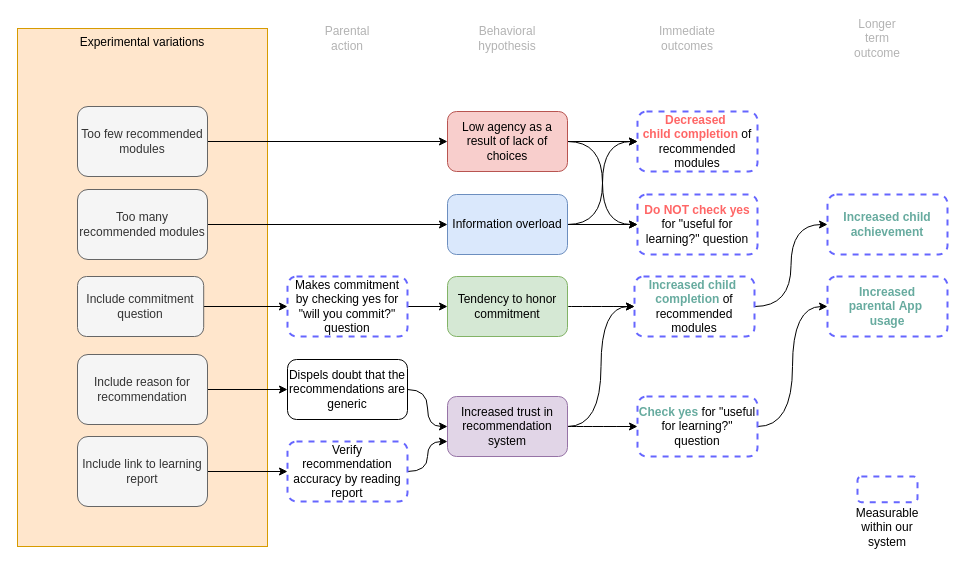
The draw.io diagram parent_nudge_mechanism_engagepage.drawio in henrishi/drawio, before the edit. Source tidied: cells renumbered, new cells numbered last; positions are measured from the earlier drawing's top-left corner, leaving out a move shared by most shapes. Both pictures are drawn from the tidied source at 100%, with x=0, y=0 at pixel (17, 28).
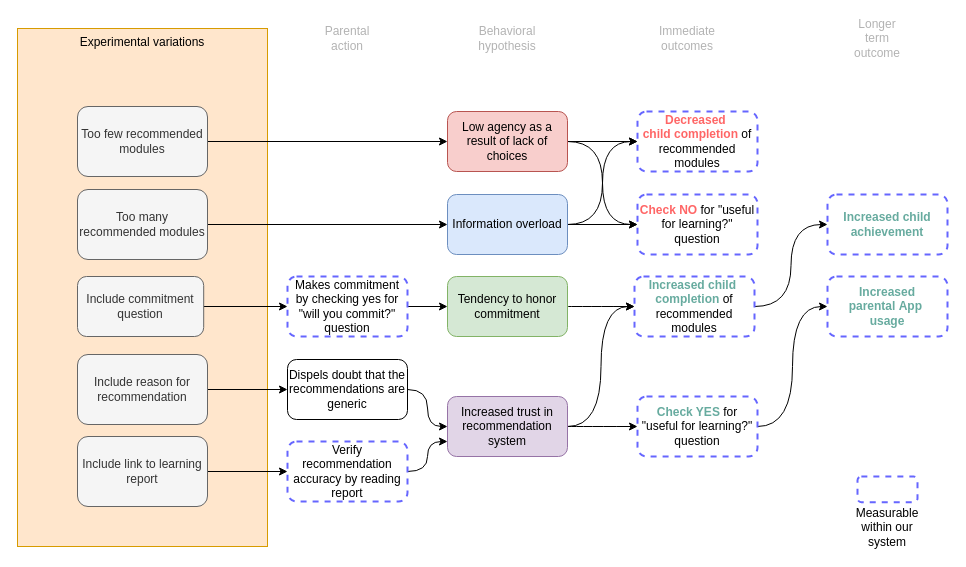
The same diagram, later.

The edit, as a diff of the source:
```diff
@@
-    <mxCell id="19" value="&lt;b&gt;&lt;font color=&quot;#67ab9f&quot;&gt;Check yes&lt;/font&gt; &lt;/b&gt;for &quot;useful for learning?&quot; question" style="rounded=1;whiteSpace=wrap;html=1;dashed=1;strokeWidth=2;strokeColor=#6666FF;" parent="1" vertex="1">
+    <mxCell id="19" value="&lt;b&gt;&lt;font color=&quot;#67ab9f&quot;&gt;Check YES&lt;/font&gt; &lt;/b&gt;for &quot;useful for learning?&quot; question" style="rounded=1;whiteSpace=wrap;html=1;dashed=1;strokeWidth=2;strokeColor=#6666FF;" parent="1" vertex="1">
       <mxGeometry x="620" y="368" width="120" height="60" as="geometry" />
     </mxCell>
@@
-    <mxCell id="28" value="&lt;b&gt;&lt;font color=&quot;#ff6666&quot;&gt;Do NOT check yes&lt;/font&gt;&lt;/b&gt; for &quot;useful for learning?&quot; question" style="rounded=1;whiteSpace=wrap;html=1;dashed=1;strokeWidth=2;strokeColor=#6666FF;" parent="1" vertex="1">
+    <mxCell id="28" value="&lt;b&gt;&lt;font color=&quot;#ff6666&quot;&gt;Check NO&lt;/font&gt;&lt;/b&gt; for &quot;useful for learning?&quot; question" style="rounded=1;whiteSpace=wrap;html=1;dashed=1;strokeWidth=2;strokeColor=#6666FF;" parent="1" vertex="1">
       <mxGeometry x="620" y="166" width="120" height="60" as="geometry" />
     </mxCell>
```
